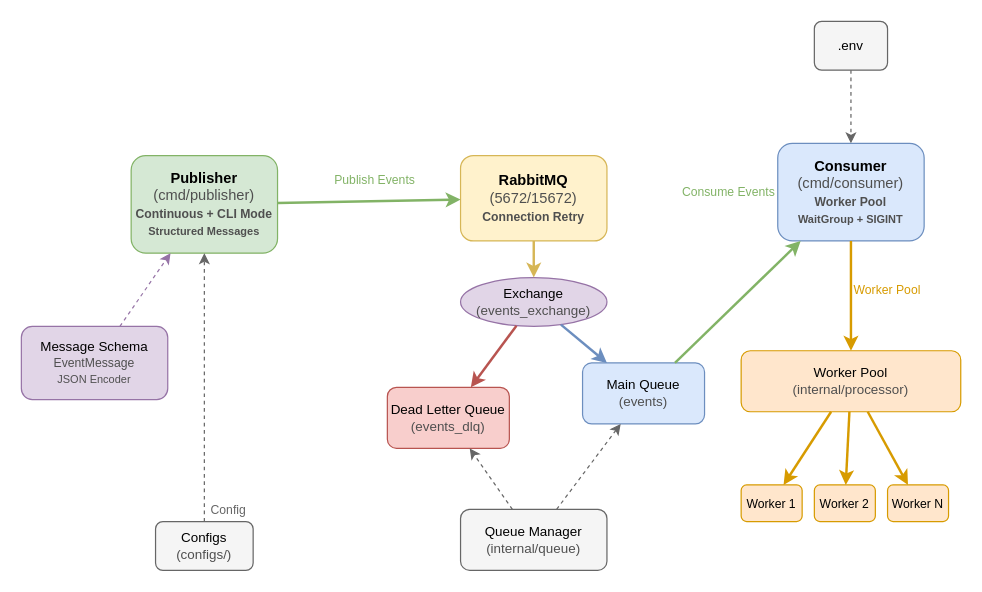
Earlier version of the draw.io diagram docs/architecture.drawio (lorenaziviani/go_hopper). Source tidied: cells renumbered, new cells numbered last; positions are measured from the earlier drawing's top-left corner, leaving out a move shared by most shapes. Both pictures are drawn from the tidied source at 122%, with x=0, y=0 at pixel (21, 21).
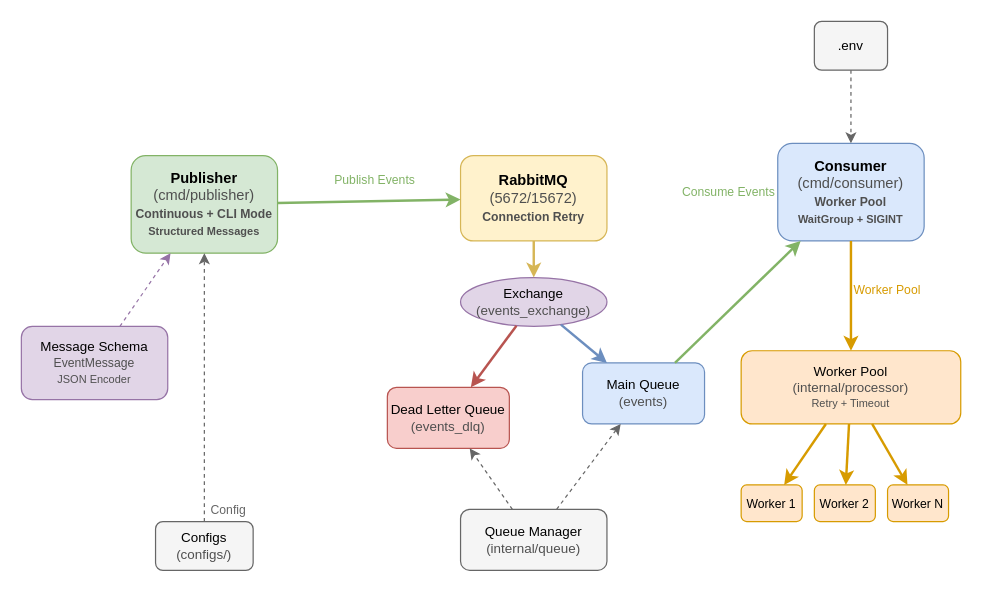
After the change.

Commit message (it also covers changes not shown here):
feat(consumer): implement retry with exponential backoff

The edit, as a diff of the source:
```diff
@@
-    <mxCell id="8" value="Worker Pool&lt;br&gt;&lt;font style=&quot;color: rgb(79, 79, 79);&quot;&gt;(internal/processor)&lt;/font&gt;" style="rounded=1;whiteSpace=wrap;html=1;fillColor=#ffe6cc;strokeColor=#d79b00;fontSize=11;" parent="1" vertex="1">
-      <mxGeometry x="590" y="270" width="180" height="50" as="geometry" />
+    <mxCell id="8" value="Worker Pool&lt;br&gt;&lt;font style=&quot;color: rgb(79, 79, 79);&quot;&gt;(internal/processor)&lt;/font&gt;&lt;br&gt;&lt;font style=&quot;color: rgb(79, 79, 79); font-size: 9px;&quot;&gt;Retry + Timeout&lt;/font&gt;" style="rounded=1;whiteSpace=wrap;html=1;fillColor=#ffe6cc;strokeColor=#d79b00;fontSize=11;" parent="1" vertex="1">
+      <mxGeometry x="590" y="270" width="180" height="60" as="geometry" />
     </mxCell>
```
